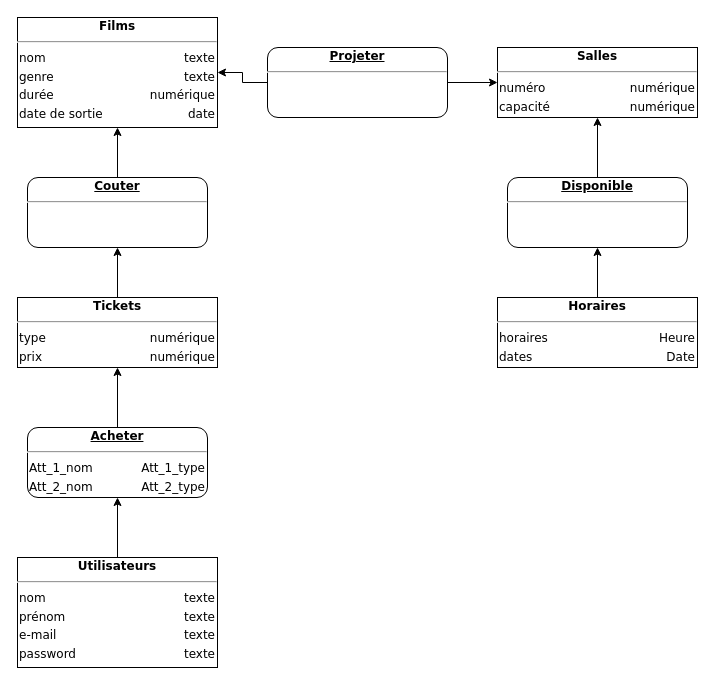
TCamoes15/PROJWEB-BDD keeps this draw.io diagram as Documentation/projweb.drawio. Above is the earlier version. Source tidied: cells renumbered, new cells numbered last; positions are measured from the earlier drawing's top-left corner, leaving out a move shared by most shapes. Both pictures are drawn from the tidied source at 100%, with x=0, y=0 at pixel (17, 17).
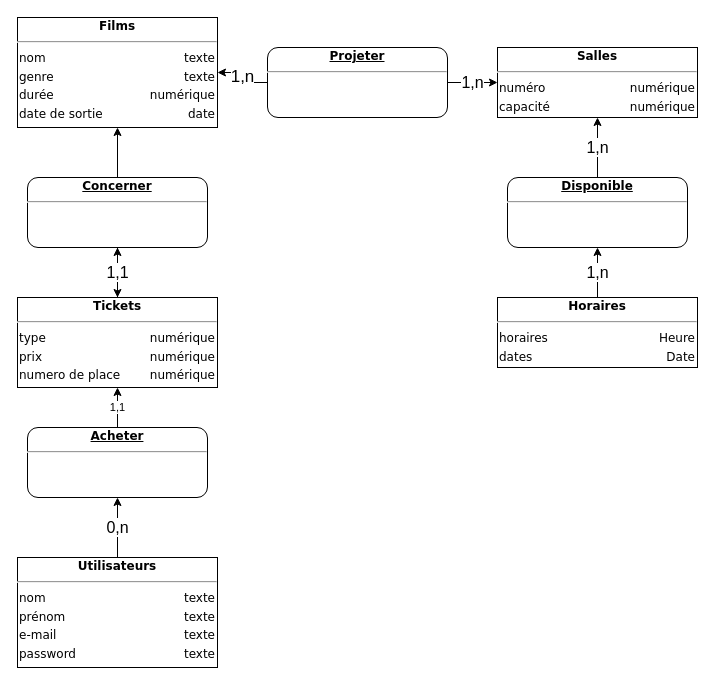
After the change.

Commit message (it also covers changes not shown here):
Changement de MCD

What changed in the source:
```diff
@@
 <mxGraphModel>
   <root>
     <mxCell id="0" />
     <mxCell id="1" parent="0" />
-    <mxCell id="2" style="edgeStyle=orthogonalEdgeStyle;rounded=0;jettySize=auto;html=1;" parent="1" edge="1" source="3" target="7">
+    <mxCell id="2" value="1,1" style="edgeStyle=orthogonalEdgeStyle;rounded=0;jettySize=auto;html=1;" parent="1" edge="1" source="3" target="7">
       <mxGeometry relative="1" as="geometry" />
     </mxCell>
-    <mxCell id="3" value="&lt;div style=&quot;box-sizing: border-box ; width: 100% ; padding: 2px&quot;&gt;&lt;span style=&quot;background-color: rgb(255 , 255 , 255)&quot;&gt;&lt;b&gt;&lt;u&gt;Acheter&lt;/u&gt;&lt;/b&gt;&lt;/span&gt;&lt;/div&gt;&lt;hr&gt;&lt;table style=&quot;width: 100% ; font-size: 1em&quot; cellpadding=&quot;2&quot; cellspacing=&quot;0&quot;&gt;&lt;tbody&gt;&lt;tr&gt;&lt;td style=&quot;text-align: left&quot;&gt;Att_1_nom&lt;/td&gt;&lt;td style=&quot;text-align: right&quot;&gt;Att_1_type&lt;br&gt;&lt;/td&gt;&lt;/tr&gt;&lt;tr&gt;&lt;td style=&quot;text-align: left&quot;&gt;Att_2_nom&lt;br&gt;&lt;/td&gt;&lt;td style=&quot;text-align: right&quot;&gt;Att_2_type&lt;br&gt;&lt;/td&gt;&lt;/tr&gt;&lt;/tbody&gt;&lt;/table&gt;" style="verticalAlign=top;align=center;overflow=fill;html=1;rounded=1;shadow=0;comic=0;labelBackgroundColor=none;strokeColor=#000000;strokeWidth=1;fillColor=#ffffff;fontFamily=Verdana;fontSize=12;fontColor=#000000;" parent="1" vertex="1">
+    <mxCell id="3" value="&lt;div style=&quot;box-sizing: border-box ; width: 100% ; padding: 2px&quot;&gt;&lt;span style=&quot;background-color: rgb(255 , 255 , 255)&quot;&gt;&lt;b&gt;&lt;u&gt;Acheter&lt;/u&gt;&lt;/b&gt;&lt;/span&gt;&lt;/div&gt;&lt;hr&gt;&lt;table style=&quot;width: 100% ; font-size: 1em&quot; cellpadding=&quot;2&quot; cellspacing=&quot;0&quot;&gt;&lt;tbody&gt;&lt;tr&gt;&lt;td style=&quot;text-align: left&quot;&gt;&lt;br&gt;&lt;/td&gt;&lt;td style=&quot;text-align: right&quot;&gt;&lt;br&gt;&lt;/td&gt;&lt;/tr&gt;&lt;tr&gt;&lt;td style=&quot;text-align: left&quot;&gt;&lt;br&gt;&lt;/td&gt;&lt;td style=&quot;text-align: right&quot;&gt;&lt;br&gt;&lt;/td&gt;&lt;/tr&gt;&lt;/tbody&gt;&lt;/table&gt;" style="verticalAlign=top;align=center;overflow=fill;html=1;rounded=1;shadow=0;comic=0;labelBackgroundColor=none;strokeColor=#000000;strokeWidth=1;fillColor=#ffffff;fontFamily=Verdana;fontSize=12;fontColor=#000000;" parent="1" vertex="1">
       <mxGeometry x="10" y="410" width="180" height="70" as="geometry" />
     </mxCell>
     <mxCell id="4" value="&lt;div style=&quot;box-sizing: border-box ; width: 100% ; padding: 2px&quot;&gt;&lt;span style=&quot;background-color: rgb(255 , 255 , 255)&quot;&gt;&lt;b&gt;Films&lt;/b&gt;&lt;/span&gt;&lt;/div&gt;&lt;hr&gt;&lt;table style=&quot;width: 100% ; font-size: 1em&quot; cellpadding=&quot;2&quot; cellspacing=&quot;0&quot;&gt;&lt;tbody&gt;&lt;tr&gt;&lt;td style=&quot;text-align: left&quot;&gt;nom&amp;nbsp;&lt;/td&gt;&lt;td style=&quot;text-align: right&quot;&gt;texte&lt;/td&gt;&lt;/tr&gt;&lt;tr&gt;&lt;td style=&quot;text-align: left&quot;&gt;genre&lt;/td&gt;&lt;td style=&quot;text-align: right&quot;&gt;texte&lt;/td&gt;&lt;/tr&gt;&lt;tr&gt;&lt;td style=&quot;text-align: left&quot;&gt;durée&lt;/td&gt;&lt;td style=&quot;text-align: right&quot;&gt;numérique&lt;/td&gt;&lt;/tr&gt;&lt;tr&gt;&lt;td style=&quot;text-align: left&quot;&gt;date de sortie&lt;/td&gt;&lt;td style=&quot;text-align: right&quot;&gt;date&lt;/td&gt;&lt;/tr&gt;&lt;/tbody&gt;&lt;/table&gt;" style="verticalAlign=top;align=center;overflow=fill;html=1;rounded=0;shadow=0;comic=0;labelBackgroundColor=none;strokeColor=#000000;strokeWidth=1;fillColor=#ffffff;fontFamily=Verdana;fontSize=12;fontColor=#000000;" parent="1" vertex="1">
       <mxGeometry width="200" height="110" as="geometry" />
     </mxCell>
     <mxCell id="5" value="&lt;div style=&quot;box-sizing: border-box ; width: 100% ; padding: 2px&quot;&gt;&lt;span style=&quot;background-color: rgb(255 , 255 , 255)&quot;&gt;&lt;b&gt;Salles&lt;/b&gt;&lt;/span&gt;&lt;/div&gt;&lt;hr&gt;&lt;table style=&quot;width: 100% ; font-size: 1em&quot; cellpadding=&quot;2&quot; cellspacing=&quot;0&quot;&gt;&lt;tbody&gt;&lt;tr&gt;&lt;td style=&quot;text-align: left&quot;&gt;numéro&lt;/td&gt;&lt;td style=&quot;text-align: right&quot;&gt;numérique&lt;/td&gt;&lt;/tr&gt;&lt;tr&gt;&lt;td style=&quot;text-align: left&quot;&gt;capacité&lt;/td&gt;&lt;td style=&quot;text-align: right&quot;&gt;numérique&lt;/td&gt;&lt;/tr&gt;&lt;tr&gt;&lt;td style=&quot;text-align: left&quot;&gt;&lt;/td&gt;&lt;td style=&quot;text-align: right&quot;&gt;&lt;br&gt;&lt;/td&gt;&lt;/tr&gt;&lt;/tbody&gt;&lt;/table&gt;" style="verticalAlign=top;align=center;overflow=fill;html=1;rounded=0;shadow=0;comic=0;labelBackgroundColor=none;strokeColor=#000000;strokeWidth=1;fillColor=#ffffff;fontFamily=Verdana;fontSize=12;fontColor=#000000;" parent="1" vertex="1">
       <mxGeometry x="480" y="30" width="200" height="70" as="geometry" />
     </mxCell>
     <mxCell id="6" style="edgeStyle=orthogonalEdgeStyle;rounded=0;jettySize=auto;html=1;exitX=0.5;exitY=0;exitDx=0;exitDy=0;entryX=0.5;entryY=1;entryDx=0;entryDy=0;" parent="1" edge="1" source="7" target="13">
       <mxGeometry relative="1" as="geometry" />
     </mxCell>
-    <mxCell id="7" value="&lt;div style=&quot;box-sizing: border-box ; width: 100% ; padding: 2px&quot;&gt;&lt;span style=&quot;background-color: rgb(255 , 255 , 255)&quot;&gt;&lt;b&gt;Tickets&lt;/b&gt;&lt;/span&gt;&lt;/div&gt;&lt;hr&gt;&lt;table style=&quot;width: 100% ; font-size: 1em&quot; cellpadding=&quot;2&quot; cellspacing=&quot;0&quot;&gt;&lt;tbody&gt;&lt;tr&gt;&lt;td style=&quot;text-align: left&quot;&gt;type&lt;/td&gt;&lt;td style=&quot;text-align: right&quot;&gt;numérique&lt;/td&gt;&lt;/tr&gt;&lt;tr&gt;&lt;td style=&quot;text-align: left&quot;&gt;prix&lt;/td&gt;&lt;td style=&quot;text-align: right&quot;&gt;numérique&lt;/td&gt;&lt;/tr&gt;&lt;tr&gt;&lt;td style=&quot;text-align: left&quot;&gt;&lt;/td&gt;&lt;td style=&quot;text-align: right&quot;&gt;&lt;br&gt;&lt;/td&gt;&lt;/tr&gt;&lt;/tbody&gt;&lt;/table&gt;" style="verticalAlign=top;align=center;overflow=fill;html=1;rounded=0;shadow=0;comic=0;labelBackgroundColor=none;strokeColor=#000000;strokeWidth=1;fillColor=#ffffff;fontFamily=Verdana;fontSize=12;fontColor=#000000;" parent="1" vertex="1">
-      <mxGeometry y="280" width="200" height="70" as="geometry" />
+    <mxCell id="7" value="&lt;div style=&quot;box-sizing: border-box ; width: 100% ; padding: 2px&quot;&gt;&lt;span style=&quot;background-color: rgb(255 , 255 , 255)&quot;&gt;&lt;b&gt;Tickets&lt;/b&gt;&lt;/span&gt;&lt;/div&gt;&lt;hr&gt;&lt;table style=&quot;width: 100% ; font-size: 1em&quot; cellpadding=&quot;2&quot; cellspacing=&quot;0&quot;&gt;&lt;tbody&gt;&lt;tr&gt;&lt;td style=&quot;text-align: left&quot;&gt;type&lt;/td&gt;&lt;td style=&quot;text-align: right&quot;&gt;numérique&lt;/td&gt;&lt;/tr&gt;&lt;tr&gt;&lt;td style=&quot;text-align: left&quot;&gt;prix&lt;/td&gt;&lt;td style=&quot;text-align: right&quot;&gt;numérique&lt;/td&gt;&lt;/tr&gt;&lt;tr&gt;&lt;td style=&quot;text-align: left&quot;&gt;numero de place&lt;/td&gt;&lt;td style=&quot;text-align: right&quot;&gt;numérique&lt;/td&gt;&lt;/tr&gt;&lt;/tbody&gt;&lt;/table&gt;" style="verticalAlign=top;align=center;overflow=fill;html=1;rounded=0;shadow=0;comic=0;labelBackgroundColor=none;strokeColor=#000000;strokeWidth=1;fillColor=#ffffff;fontFamily=Verdana;fontSize=12;fontColor=#000000;" parent="1" vertex="1">
+      <mxGeometry y="280" width="200" height="90" as="geometry" />
     </mxCell>
-    <mxCell id="8" style="edgeStyle=orthogonalEdgeStyle;rounded=0;jettySize=auto;html=1;exitX=0.5;exitY=0;exitDx=0;exitDy=0;entryX=0.5;entryY=1;entryDx=0;entryDy=0;" parent="1" edge="1" source="9" target="15">
+    <mxCell id="8" value="&lt;font style=&quot;font-size: 16px&quot;&gt;1,n&lt;/font&gt;" style="edgeStyle=orthogonalEdgeStyle;rounded=0;jettySize=auto;html=1;exitX=0.5;exitY=0;exitDx=0;exitDy=0;entryX=0.5;entryY=1;entryDx=0;entryDy=0;" parent="1" edge="1" source="9" target="15">
       <mxGeometry relative="1" as="geometry" />
     </mxCell>
     <mxCell id="9" value="&lt;div style=&quot;box-sizing: border-box ; width: 100% ; padding: 2px&quot;&gt;&lt;span style=&quot;background-color: rgb(255 , 255 , 255)&quot;&gt;&lt;b&gt;Horaires&lt;/b&gt;&lt;/span&gt;&lt;/div&gt;&lt;hr&gt;&lt;table style=&quot;width: 100% ; font-size: 1em&quot; cellpadding=&quot;2&quot; cellspacing=&quot;0&quot;&gt;&lt;tbody&gt;&lt;tr&gt;&lt;td style=&quot;text-align: left&quot;&gt;horaires&lt;/td&gt;&lt;td style=&quot;text-align: right&quot;&gt;Heure&lt;/td&gt;&lt;/tr&gt;&lt;tr&gt;&lt;td style=&quot;text-align: left&quot;&gt;dates&lt;/td&gt;&lt;td style=&quot;text-align: right&quot;&gt;Date&lt;/td&gt;&lt;/tr&gt;&lt;tr&gt;&lt;td style=&quot;text-align: left&quot;&gt;&lt;/td&gt;&lt;td style=&quot;text-align: right&quot;&gt;&lt;br&gt;&lt;/td&gt;&lt;/tr&gt;&lt;/tbody&gt;&lt;/table&gt;" style="verticalAlign=top;align=center;overflow=fill;html=1;rounded=0;shadow=0;comic=0;labelBackgroundColor=none;strokeColor=#000000;strokeWidth=1;fillColor=#ffffff;fontFamily=Verdana;fontSize=12;fontColor=#000000;" parent="1" vertex="1">
       <mxGeometry x="480" y="280" width="200" height="70" as="geometry" />
     </mxCell>
-    <mxCell id="10" style="edgeStyle=orthogonalEdgeStyle;rounded=0;jettySize=auto;html=1;exitX=0.5;exitY=0;exitDx=0;exitDy=0;entryX=0.5;entryY=1;entryDx=0;entryDy=0;" parent="1" edge="1" source="11" target="3">
+    <mxCell id="10" value="&lt;font style=&quot;font-size: 16px&quot;&gt;0,n&lt;/font&gt;" style="edgeStyle=orthogonalEdgeStyle;rounded=0;jettySize=auto;html=1;exitX=0.5;exitY=0;exitDx=0;exitDy=0;entryX=0.5;entryY=1;entryDx=0;entryDy=0;" parent="1" edge="1" source="11" target="3">
       <mxGeometry relative="1" as="geometry" />
     </mxCell>
     <mxCell id="11" value="&lt;div style=&quot;box-sizing: border-box ; width: 100% ; padding: 2px&quot;&gt;&lt;span style=&quot;background-color: rgb(255 , 255 , 255)&quot;&gt;&lt;b&gt;Utilisateurs&lt;/b&gt;&lt;/span&gt;&lt;/div&gt;&lt;hr&gt;&lt;table style=&quot;width: 100% ; font-size: 1em&quot; cellpadding=&quot;2&quot; cellspacing=&quot;0&quot;&gt;&lt;tbody&gt;&lt;tr&gt;&lt;td style=&quot;text-align: left&quot;&gt;nom&amp;nbsp;&lt;/td&gt;&lt;td style=&quot;text-align: right&quot;&gt;texte&lt;/td&gt;&lt;/tr&gt;&lt;tr&gt;&lt;td style=&quot;text-align: left&quot;&gt;prénom&amp;nbsp;&lt;/td&gt;&lt;td style=&quot;text-align: right&quot;&gt;texte&lt;/td&gt;&lt;/tr&gt;&lt;tr&gt;&lt;td style=&quot;text-align: left&quot;&gt;e-mail&lt;/td&gt;&lt;td style=&quot;text-align: right&quot;&gt;texte&lt;/td&gt;&lt;/tr&gt;&lt;tr&gt;&lt;td style=&quot;text-align: left&quot;&gt;password&lt;/td&gt;&lt;td style=&quot;text-align: right&quot;&gt;texte&lt;/td&gt;&lt;/tr&gt;&lt;/tbody&gt;&lt;/table&gt;" style="verticalAlign=top;align=center;overflow=fill;html=1;rounded=0;shadow=0;comic=0;labelBackgroundColor=none;strokeColor=#000000;strokeWidth=1;fillColor=#ffffff;fontFamily=Verdana;fontSize=12;fontColor=#000000;" parent="1" vertex="1">
       <mxGeometry y="540" width="200" height="110" as="geometry" />
     </mxCell>
     <mxCell id="12" style="edgeStyle=orthogonalEdgeStyle;rounded=0;jettySize=auto;html=1;exitX=0.5;exitY=0;exitDx=0;exitDy=0;entryX=0.5;entryY=1;entryDx=0;entryDy=0;" parent="1" edge="1" source="13" target="4">
       <mxGeometry relative="1" as="geometry" />
     </mxCell>
+    <mxCell id="19" value="&lt;font style=&quot;font-size: 16px&quot;&gt;1,1&lt;/font&gt;" style="edgeStyle=orthogonalEdgeStyle;rounded=0;jettySize=auto;html=1;" parent="1" edge="1" source="13" target="7">
+      <mxGeometry relative="1" as="geometry" />
+    </mxCell>
-    <mxCell id="13" value="&lt;div style=&quot;box-sizing: border-box ; width: 100% ; padding: 2px&quot;&gt;&lt;span style=&quot;background-color: rgb(255 , 255 , 255)&quot;&gt;&lt;b&gt;&lt;u&gt;Couter&lt;/u&gt;&lt;/b&gt;&lt;/span&gt;&lt;/div&gt;&lt;hr&gt;&lt;table style=&quot;width: 100% ; font-size: 1em&quot; cellpadding=&quot;2&quot; cellspacing=&quot;0&quot;&gt;&lt;tbody&gt;&lt;tr&gt;&lt;td style=&quot;text-align: left&quot;&gt;&lt;br&gt;&lt;/td&gt;&lt;td style=&quot;text-align: right&quot;&gt;&lt;br&gt;&lt;/td&gt;&lt;/tr&gt;&lt;tr&gt;&lt;td style=&quot;text-align: left&quot;&gt;&lt;br&gt;&lt;/td&gt;&lt;td style=&quot;text-align: right&quot;&gt;&lt;br&gt;&lt;/td&gt;&lt;/tr&gt;&lt;/tbody&gt;&lt;/table&gt;" style="verticalAlign=top;align=center;overflow=fill;html=1;rounded=1;shadow=0;comic=0;labelBackgroundColor=none;strokeColor=#000000;strokeWidth=1;fillColor=#ffffff;fontFamily=Verdana;fontSize=12;fontColor=#000000;" parent="1" vertex="1">
+    <mxCell id="13" value="&lt;div style=&quot;box-sizing: border-box ; width: 100% ; padding: 2px&quot;&gt;&lt;span style=&quot;background-color: rgb(255 , 255 , 255)&quot;&gt;&lt;b&gt;&lt;u&gt;Concerner&lt;/u&gt;&lt;/b&gt;&lt;/span&gt;&lt;/div&gt;&lt;hr&gt;&lt;table style=&quot;width: 100% ; font-size: 1em&quot; cellpadding=&quot;2&quot; cellspacing=&quot;0&quot;&gt;&lt;tbody&gt;&lt;tr&gt;&lt;td style=&quot;text-align: left&quot;&gt;&lt;br&gt;&lt;/td&gt;&lt;td style=&quot;text-align: right&quot;&gt;&lt;br&gt;&lt;/td&gt;&lt;/tr&gt;&lt;tr&gt;&lt;td style=&quot;text-align: left&quot;&gt;&lt;br&gt;&lt;/td&gt;&lt;td style=&quot;text-align: right&quot;&gt;&lt;br&gt;&lt;/td&gt;&lt;/tr&gt;&lt;/tbody&gt;&lt;/table&gt;" style="verticalAlign=top;align=center;overflow=fill;html=1;rounded=1;shadow=0;comic=0;labelBackgroundColor=none;strokeColor=#000000;strokeWidth=1;fillColor=#ffffff;fontFamily=Verdana;fontSize=12;fontColor=#000000;" parent="1" vertex="1">
       <mxGeometry x="10" y="160" width="180" height="70" as="geometry" />
     </mxCell>
-    <mxCell id="14" style="edgeStyle=orthogonalEdgeStyle;rounded=0;jettySize=auto;html=1;exitX=0.5;exitY=0;exitDx=0;exitDy=0;entryX=0.5;entryY=1;entryDx=0;entryDy=0;" parent="1" edge="1" source="15" target="5">
+    <mxCell id="14" value="&lt;font style=&quot;font-size: 16px&quot;&gt;1,n&lt;/font&gt;" style="edgeStyle=orthogonalEdgeStyle;rounded=0;jettySize=auto;html=1;exitX=0.5;exitY=0;exitDx=0;exitDy=0;entryX=0.5;entryY=1;entryDx=0;entryDy=0;" parent="1" edge="1" source="15" target="5">
       <mxGeometry relative="1" as="geometry" />
     </mxCell>
     <mxCell id="15" value="&lt;div style=&quot;box-sizing: border-box ; width: 100% ; padding: 2px&quot;&gt;&lt;span style=&quot;background-color: rgb(255 , 255 , 255)&quot;&gt;&lt;b&gt;&lt;u&gt;Disponible&lt;/u&gt;&lt;/b&gt;&lt;/span&gt;&lt;/div&gt;&lt;hr&gt;&lt;table style=&quot;width: 100% ; font-size: 1em&quot; cellpadding=&quot;2&quot; cellspacing=&quot;0&quot;&gt;&lt;tbody&gt;&lt;tr&gt;&lt;td style=&quot;text-align: left&quot;&gt;&lt;br&gt;&lt;/td&gt;&lt;td style=&quot;text-align: right&quot;&gt;&lt;br&gt;&lt;/td&gt;&lt;/tr&gt;&lt;tr&gt;&lt;td style=&quot;text-align: left&quot;&gt;&lt;br&gt;&lt;/td&gt;&lt;td style=&quot;text-align: right&quot;&gt;&lt;br&gt;&lt;/td&gt;&lt;/tr&gt;&lt;/tbody&gt;&lt;/table&gt;" style="verticalAlign=top;align=center;overflow=fill;html=1;rounded=1;shadow=0;comic=0;labelBackgroundColor=none;strokeColor=#000000;strokeWidth=1;fillColor=#ffffff;fontFamily=Verdana;fontSize=12;fontColor=#000000;" parent="1" vertex="1">
       <mxGeometry x="490" y="160" width="180" height="70" as="geometry" />
     </mxCell>
-    <mxCell id="16" style="edgeStyle=orthogonalEdgeStyle;rounded=0;jettySize=auto;html=1;exitX=1;exitY=0.5;exitDx=0;exitDy=0;entryX=0;entryY=0.5;entryDx=0;entryDy=0;" parent="1" edge="1" source="18" target="5">
+    <mxCell id="16" value="&lt;font style=&quot;font-size: 16px&quot;&gt;1,n&lt;/font&gt;" style="edgeStyle=orthogonalEdgeStyle;rounded=0;jettySize=auto;html=1;exitX=1;exitY=0.5;exitDx=0;exitDy=0;entryX=0;entryY=0.5;entryDx=0;entryDy=0;" parent="1" edge="1" source="18" target="5">
       <mxGeometry relative="1" as="geometry" />
     </mxCell>
-    <mxCell id="17" style="edgeStyle=orthogonalEdgeStyle;rounded=0;jettySize=auto;html=1;exitX=0;exitY=0.5;exitDx=0;exitDy=0;entryX=1;entryY=0.5;entryDx=0;entryDy=0;" parent="1" edge="1" source="18" target="4">
+    <mxCell id="17" value="&lt;font style=&quot;font-size: 17px&quot;&gt;1,n&lt;/font&gt;" style="edgeStyle=orthogonalEdgeStyle;rounded=0;jettySize=auto;html=1;exitX=0;exitY=0.5;exitDx=0;exitDy=0;entryX=1;entryY=0.5;entryDx=0;entryDy=0;" parent="1" edge="1" source="18" target="4">
       <mxGeometry relative="1" as="geometry" />
     </mxCell>
     <mxCell id="18" value="&lt;div style=&quot;box-sizing: border-box ; width: 100% ; padding: 2px&quot;&gt;&lt;span style=&quot;background-color: rgb(255 , 255 , 255)&quot;&gt;&lt;b&gt;&lt;u&gt;Projeter&lt;/u&gt;&lt;/b&gt;&lt;/span&gt;&lt;/div&gt;&lt;hr&gt;&lt;table style=&quot;width: 100% ; font-size: 1em&quot; cellpadding=&quot;2&quot; cellspacing=&quot;0&quot;&gt;&lt;tbody&gt;&lt;tr&gt;&lt;td style=&quot;text-align: left&quot;&gt;&lt;br&gt;&lt;/td&gt;&lt;td style=&quot;text-align: right&quot;&gt;&lt;br&gt;&lt;/td&gt;&lt;/tr&gt;&lt;tr&gt;&lt;td style=&quot;text-align: left&quot;&gt;&lt;br&gt;&lt;/td&gt;&lt;td style=&quot;text-align: right&quot;&gt;&lt;br&gt;&lt;/td&gt;&lt;/tr&gt;&lt;/tbody&gt;&lt;/table&gt;" style="verticalAlign=top;align=center;overflow=fill;html=1;rounded=1;shadow=0;comic=0;labelBackgroundColor=none;strokeColor=#000000;strokeWidth=1;fillColor=#ffffff;fontFamily=Verdana;fontSize=12;fontColor=#000000;" parent="1" vertex="1">
       <mxGeometry x="250" y="30" width="180" height="70" as="geometry" />
     </mxCell>
   </root>
 </mxGraphModel>
```
